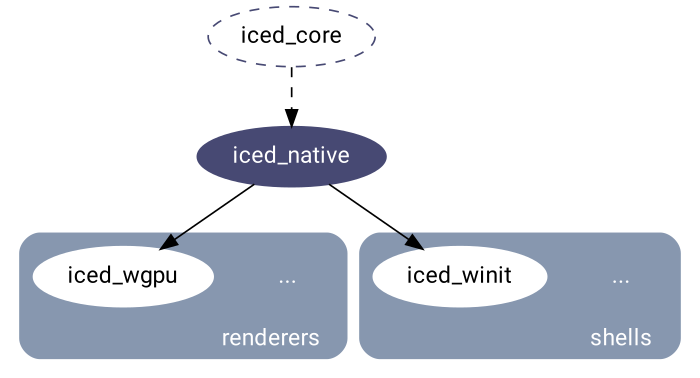
iced-rs/iced keeps this Graphviz diagram as docs/graphs/native.png. Above is the earlier version. Its source is kept beside it as docs/graphs/native.dot. Its diagram source:
```dot
digraph G {
  fontname = "Roboto";
  newrank=true;
  node[fontname = "Roboto", style=filled, fontcolor=white, color="#474973"];

  subgraph cluster_1 {
    label = "renderers  ";
    labelloc = "b";
    labeljust = "r";
    fontcolor = "#ffffff";
    color="#8797AF";
    bgcolor="#8797AF";
    style=rounded;
    node [fillcolor=white, color=white, fontcolor=black];

    etc_1 [label="...", style=empty, shape=none, fontcolor=white];
    iced_wgpu;
  }

  subgraph cluster_2 {
    label = "shells  ";
    labelloc = "b";
    labeljust = "r";
    fontcolor = "#ffffff";
    color="#8797AF";
    bgcolor="#8797AF";
    style=rounded;
    node [fillcolor=white, color=white, fontcolor=black];

    etc_2 [label="...", style=empty, shape=none, fontcolor=white];
    iced_winit;
  }


  { rank = same; iced_wgpu iced_winit etc_1 etc_2 }

  iced_core -> iced_native [style=dashed];
  iced_native -> iced_wgpu;
  iced_native -> iced_winit;

  iced_core [style=dashed, fontcolor=black];
}
```
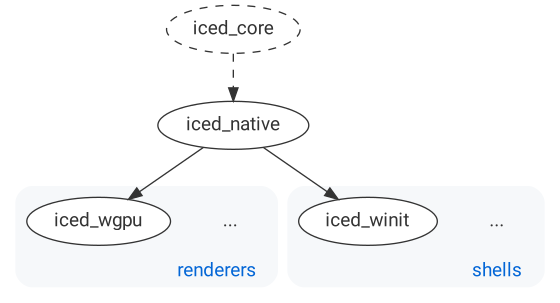
The same file after the commit.

The edit, as a diff of the source:
```diff
@@ -1,19 +1,19 @@
 digraph G {
   fontname = "Roboto";
   newrank=true;
-  node[fontname = "Roboto", style=filled, fontcolor=white, color="#474973"];
+  node[fontname = "Roboto", style="filled", fontcolor="#333333", fillcolor=white, color="#333333"];
+  edge[color="#333333"];
 
   subgraph cluster_1 {
     label = "renderers  ";
     labelloc = "b";
     labeljust = "r";
-    fontcolor = "#ffffff";
-    color="#8797AF";
-    bgcolor="#8797AF";
+    fontcolor = "#0366d6";
+    color="#f6f8fa";
+    bgcolor="#f6f8fa";
     style=rounded;
-    node [fillcolor=white, color=white, fontcolor=black];
 
-    etc_1 [label="...", style=empty, shape=none, fontcolor=white];
+    etc_1 [label="...", style=solid, shape=none];
     iced_wgpu;
   }
 
@@ -21,13 +21,12 @@
     label = "shells  ";
     labelloc = "b";
     labeljust = "r";
-    fontcolor = "#ffffff";
-    color="#8797AF";
-    bgcolor="#8797AF";
+    fontcolor = "#0366d6";
+    color="#f6f8fa";
+    bgcolor="#f6f8fa";
     style=rounded;
-    node [fillcolor=white, color=white, fontcolor=black];
 
-    etc_2 [label="...", style=empty, shape=none, fontcolor=white];
+    etc_2 [label="...", style=solid, shape=none];
     iced_winit;
   }
 
@@ -38,5 +37,5 @@
   iced_native -> iced_wgpu;
   iced_native -> iced_winit;
 
-  iced_core [style=dashed, fontcolor=black];
+  iced_core [style=dashed];
 }
```
